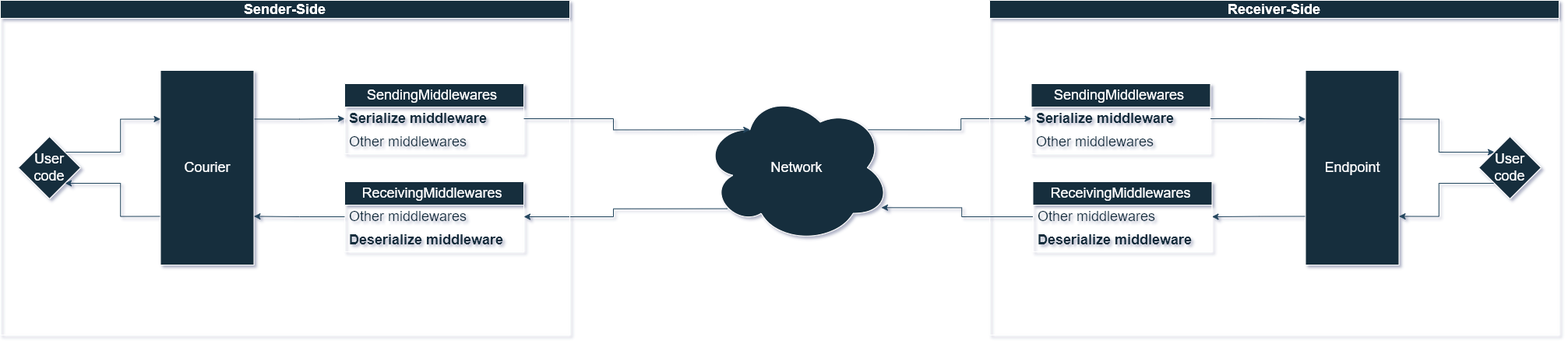
Before: docs/2-essentials/images/package-life-cycle.drawio.png, a diagram exported from draw.io (VasiliyKolihalov/FatNetLib). Source tidied: cells renumbered, new cells last; positions are measured from the earlier drawing's top-left corner, leaving out a move shared by most shapes.
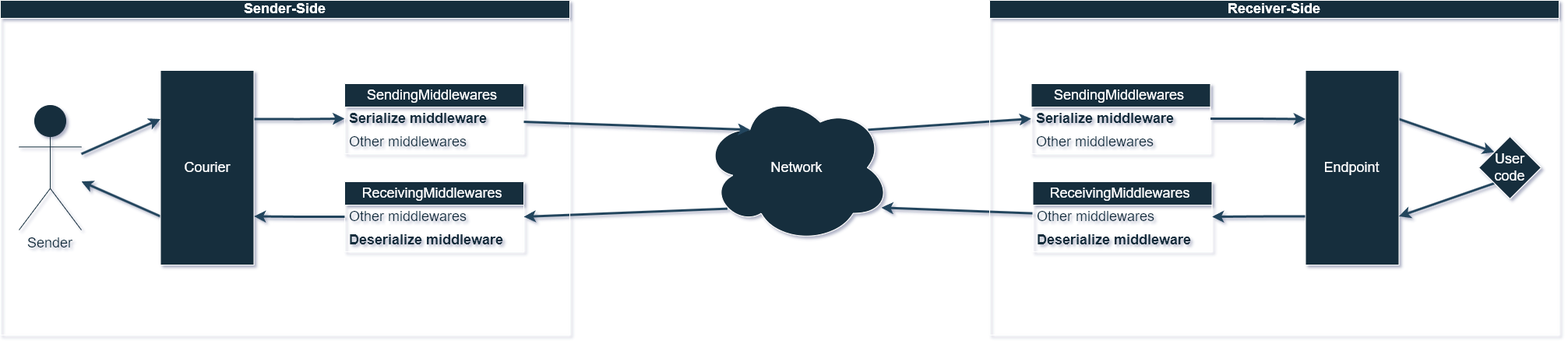
After the commit.

Diff of the diagram source:
```diff
@@ -2,10 +2,10 @@
   <root>
     <mxCell id="0" />
     <mxCell id="1" parent="0" />
-    <mxCell id="2" style="edgeStyle=orthogonalEdgeStyle;rounded=0;jettySize=auto;html=1;exitX=0.13;exitY=0.77;exitDx=0;exitDy=0;exitPerimeter=0;strokeColor=#23445D;entryX=1;entryY=0.5;entryDx=0;entryDy=0;fontSize=18;" parent="1" edge="1" source="4" target="15">
+    <mxCell id="2" style="rounded=0;jettySize=auto;html=1;exitX=0.13;exitY=0.77;exitDx=0;exitDy=0;exitPerimeter=0;strokeColor=#23445D;entryX=1;entryY=0.5;entryDx=0;entryDy=0;fontSize=18;strokeWidth=3;" parent="1" edge="1" source="4" target="15">
       <mxGeometry relative="1" as="geometry" />
     </mxCell>
-    <mxCell id="3" style="edgeStyle=orthogonalEdgeStyle;rounded=0;jettySize=auto;html=1;exitX=0.88;exitY=0.25;exitDx=0;exitDy=0;exitPerimeter=0;entryX=0;entryY=0.5;entryDx=0;entryDy=0;strokeColor=#23445D;fontSize=18;" parent="1" edge="1" source="4" target="27">
+    <mxCell id="3" style="rounded=0;jettySize=auto;html=1;exitX=0.88;exitY=0.25;exitDx=0;exitDy=0;exitPerimeter=0;entryX=0;entryY=0.5;entryDx=0;entryDy=0;strokeColor=#23445D;fontSize=18;strokeWidth=3;" parent="1" edge="1" source="4" target="27">
       <mxGeometry relative="1" as="geometry" />
     </mxCell>
     <mxCell id="4" value="Network" style="ellipse;shape=cloud;whiteSpace=wrap;html=1;labelBackgroundColor=none;fillColor=#182E3E;strokeColor=#FFFFFF;fontColor=#FFFFFF;fontSize=18;" parent="1" vertex="1">
@@ -14,20 +14,20 @@
     <mxCell id="5" value="Sender-Side" style="swimlane;whiteSpace=wrap;html=1;labelBackgroundColor=none;fillColor=#182E3E;strokeColor=#FFFFFF;fontColor=#FFFFFF;fontSize=18;" parent="1" vertex="1">
       <mxGeometry width="731" height="430" as="geometry" />
     </mxCell>
-    <mxCell id="6" style="edgeStyle=orthogonalEdgeStyle;rounded=0;jettySize=auto;html=1;exitX=1;exitY=0.25;exitDx=0;exitDy=0;entryX=0;entryY=0.5;entryDx=0;entryDy=0;strokeColor=#23445D;fontSize=18;" parent="5" edge="1" source="8" target="12">
+    <mxCell id="6" style="edgeStyle=orthogonalEdgeStyle;rounded=0;jettySize=auto;html=1;exitX=1;exitY=0.25;exitDx=0;exitDy=0;entryX=0;entryY=0.5;entryDx=0;entryDy=0;strokeColor=#23445D;fontSize=18;strokeWidth=3;" parent="5" edge="1" source="8" target="12">
       <mxGeometry relative="1" as="geometry" />
     </mxCell>
-    <mxCell id="7" style="edgeStyle=orthogonalEdgeStyle;rounded=0;jettySize=auto;html=1;exitX=0;exitY=0.75;exitDx=0;exitDy=0;entryX=1;entryY=1;entryDx=0;entryDy=0;strokeColor=#23445D;fontSize=18;" parent="5" edge="1" source="8" target="10">
+    <mxCell id="7" style="rounded=0;jettySize=auto;html=1;exitX=0;exitY=0.75;exitDx=0;exitDy=0;strokeColor=#23445D;fontSize=18;strokeWidth=3;" parent="5" edge="1" source="8" target="10">
       <mxGeometry relative="1" as="geometry" />
     </mxCell>
     <mxCell id="8" value="Courier" style="rounded=0;whiteSpace=wrap;html=1;strokeColor=#FFFFFF;fontColor=#FFFFFF;fillColor=#182E3E;labelBackgroundColor=none;fontSize=18;" parent="5" vertex="1">
       <mxGeometry x="205.5" y="90" width="120" height="250" as="geometry" />
     </mxCell>
-    <mxCell id="9" style="edgeStyle=orthogonalEdgeStyle;rounded=0;jettySize=auto;html=1;exitX=1;exitY=0;exitDx=0;exitDy=0;strokeColor=#23445D;entryX=0;entryY=0.25;entryDx=0;entryDy=0;fontSize=18;" parent="5" edge="1" source="10" target="8">
+    <mxCell id="9" style="rounded=0;jettySize=auto;html=1;strokeColor=#23445D;entryX=0;entryY=0.25;entryDx=0;entryDy=0;fontSize=18;strokeWidth=3;" parent="5" edge="1" source="10" target="8">
       <mxGeometry relative="1" as="geometry" />
     </mxCell>
-    <mxCell id="10" value="User code" style="rhombus;whiteSpace=wrap;html=1;labelBackgroundColor=none;fillColor=#182E3E;strokeColor=#FFFFFF;fontColor=#FFFFFF;fontSize=18;" parent="5" vertex="1">
-      <mxGeometry x="23" y="175" width="80" height="80" as="geometry" />
+    <mxCell id="10" value="&lt;font color=&quot;#182e3e&quot;&gt;Sender&lt;/font&gt;" style="whiteSpace=wrap;html=1;labelBackgroundColor=none;fillColor=#182E3E;strokeColor=#182E3E;fontColor=#FFFFFF;fontSize=18;shape=umlActor;verticalLabelPosition=bottom;verticalAlign=top;outlineConnect=0;" parent="5" vertex="1">
+      <mxGeometry x="24" y="135" width="80" height="160" as="geometry" />
     </mxCell>
     <mxCell id="11" value="SendingMiddlewares&amp;nbsp;" style="swimlane;fontStyle=0;horizontal=1;startSize=30;whiteSpace=wrap;html=1;labelBackgroundColor=none;fillColor=#182E3E;strokeColor=#FFFFFF;fontColor=#FFFFFF;gradientColor=none;swimlaneFillColor=none;shadow=0;fontSize=18;" parent="5" vertex="1">
       <mxGeometry x="442" y="107" width="230" height="90" as="geometry" />
@@ -47,35 +47,35 @@
     <mxCell id="16" value="&lt;b style=&quot;font-size: 18px;&quot;&gt;Deserialize middleware&lt;/b&gt;" style="text;strokeColor=none;fillColor=none;align=left;verticalAlign=middle;spacingLeft=4;spacingRight=4;overflow=hidden;whiteSpace=wrap;html=1;labelBackgroundColor=none;fontColor=#182E3E;fontSize=18;" parent="14" vertex="1">
       <mxGeometry y="60" width="230" height="30" as="geometry" />
     </mxCell>
-    <mxCell id="17" style="edgeStyle=orthogonalEdgeStyle;rounded=0;jettySize=auto;html=1;entryX=1;entryY=0.75;entryDx=0;entryDy=0;strokeColor=#23445D;fontSize=18;" parent="5" edge="1" source="15" target="8">
+    <mxCell id="17" style="edgeStyle=orthogonalEdgeStyle;rounded=0;jettySize=auto;html=1;entryX=1;entryY=0.75;entryDx=0;entryDy=0;strokeColor=#23445D;fontSize=18;strokeWidth=3;" parent="5" edge="1" source="15" target="8">
       <mxGeometry relative="1" as="geometry" />
     </mxCell>
-    <mxCell id="18" style="edgeStyle=orthogonalEdgeStyle;rounded=0;jettySize=auto;html=1;entryX=0.25;entryY=0.25;entryDx=0;entryDy=0;entryPerimeter=0;strokeColor=#23445D;fontSize=18;" parent="1" edge="1" source="12" target="4">
+    <mxCell id="18" style="rounded=0;jettySize=auto;html=1;entryX=0.25;entryY=0.25;entryDx=0;entryDy=0;entryPerimeter=0;strokeColor=#23445D;fontSize=18;strokeWidth=3;" parent="1" edge="1" source="12" target="4">
       <mxGeometry relative="1" as="geometry" />
     </mxCell>
-    <mxCell id="19" style="group;flipH=1;fontSize=18;" parent="1" vertex="1">
-      <mxGeometry x="1270" width="731" height="430" as="geometry" />
-    </mxCell>
+    <mxCell id="33" style="rounded=0;jettySize=auto;html=1;entryX=0.95;entryY=0.763;entryDx=0;entryDy=0;entryPerimeter=0;strokeColor=#23445D;fontSize=18;strokeWidth=3;" parent="1" edge="1" source="30" target="4">
+      <mxGeometry relative="1" as="geometry" />
+    </mxCell>
-    <mxCell id="20" value="Receiver-Side" style="swimlane;whiteSpace=wrap;html=1;labelBackgroundColor=none;fillColor=#182E3E;strokeColor=#FFFFFF;fontColor=#FFFFFF;direction=east;fontSize=18;" parent="19" vertex="1">
-      <mxGeometry width="731" height="430" as="geometry" />
+    <mxCell id="20" value="Receiver-Side" style="swimlane;whiteSpace=wrap;html=1;labelBackgroundColor=none;fillColor=#182E3E;strokeColor=#FFFFFF;fontColor=#FFFFFF;direction=east;fontSize=18;" parent="1" vertex="1">
+      <mxGeometry x="1270" width="731" height="430" as="geometry" />
     </mxCell>
-    <mxCell id="21" style="edgeStyle=orthogonalEdgeStyle;rounded=0;jettySize=auto;html=1;exitX=1;exitY=0.25;exitDx=0;exitDy=0;entryX=0;entryY=0;entryDx=0;entryDy=0;strokeColor=#23445D;fontSize=18;" parent="19" edge="1" source="23" target="25">
+    <mxCell id="21" style="rounded=0;jettySize=auto;html=1;exitX=1;exitY=0.25;exitDx=0;exitDy=0;entryX=0;entryY=0;entryDx=0;entryDy=0;strokeColor=#23445D;fontSize=18;strokeWidth=3;" parent="1" edge="1" source="23" target="25">
       <mxGeometry relative="1" as="geometry" />
     </mxCell>
-    <mxCell id="22" style="edgeStyle=orthogonalEdgeStyle;rounded=0;jettySize=auto;html=1;exitX=0;exitY=0.75;exitDx=0;exitDy=0;entryX=1;entryY=0.5;entryDx=0;entryDy=0;strokeColor=#23445D;fontSize=18;" parent="19" edge="1" source="23" target="30">
+    <mxCell id="22" style="edgeStyle=orthogonalEdgeStyle;rounded=0;jettySize=auto;html=1;exitX=0;exitY=0.75;exitDx=0;exitDy=0;entryX=1;entryY=0.5;entryDx=0;entryDy=0;strokeColor=#23445D;fontSize=18;strokeWidth=3;" parent="1" edge="1" source="23" target="30">
       <mxGeometry relative="1" as="geometry" />
     </mxCell>
-    <mxCell id="23" value="Endpoint" style="rounded=0;whiteSpace=wrap;html=1;strokeColor=#FFFFFF;fontColor=#FFFFFF;fillColor=#182E3E;labelBackgroundColor=none;fontSize=18;" parent="19" vertex="1">
-      <mxGeometry x="405.5" y="90" width="120" height="250" as="geometry" />
+    <mxCell id="23" value="Endpoint" style="rounded=0;whiteSpace=wrap;html=1;strokeColor=#FFFFFF;fontColor=#FFFFFF;fillColor=#182E3E;labelBackgroundColor=none;fontSize=18;" parent="1" vertex="1">
+      <mxGeometry x="1675.5" y="90" width="120" height="250" as="geometry" />
     </mxCell>
-    <mxCell id="24" style="edgeStyle=orthogonalEdgeStyle;rounded=0;jettySize=auto;html=1;exitX=0;exitY=1;exitDx=0;exitDy=0;entryX=1;entryY=0.75;entryDx=0;entryDy=0;strokeColor=#23445D;fontSize=18;" parent="19" edge="1" source="25" target="23">
+    <mxCell id="24" style="rounded=0;jettySize=auto;html=1;exitX=0;exitY=1;exitDx=0;exitDy=0;entryX=1;entryY=0.75;entryDx=0;entryDy=0;strokeColor=#23445D;fontSize=18;strokeWidth=3;" parent="1" edge="1" source="25" target="23">
       <mxGeometry relative="1" as="geometry" />
     </mxCell>
-    <mxCell id="25" value="User code" style="rhombus;whiteSpace=wrap;html=1;labelBackgroundColor=none;fillColor=#182E3E;strokeColor=#FFFFFF;fontColor=#FFFFFF;fontSize=18;" parent="19" vertex="1">
-      <mxGeometry x="628" y="175" width="80" height="80" as="geometry" />
+    <mxCell id="25" value="User code" style="rhombus;whiteSpace=wrap;html=1;labelBackgroundColor=none;fillColor=#182E3E;strokeColor=#FFFFFF;fontColor=#FFFFFF;fontSize=18;" parent="1" vertex="1">
+      <mxGeometry x="1898" y="175" width="80" height="80" as="geometry" />
     </mxCell>
-    <mxCell id="26" value="SendingMiddlewares&amp;nbsp;" style="swimlane;fontStyle=0;horizontal=1;startSize=30;whiteSpace=wrap;html=1;labelBackgroundColor=none;fillColor=#182E3E;strokeColor=#FFFFFF;fontColor=#FFFFFF;gradientColor=none;swimlaneFillColor=none;shadow=0;fontSize=18;" parent="19" vertex="1">
-      <mxGeometry x="53.5" y="107" width="230" height="90" as="geometry" />
+    <mxCell id="26" value="SendingMiddlewares&amp;nbsp;" style="swimlane;fontStyle=0;horizontal=1;startSize=30;whiteSpace=wrap;html=1;labelBackgroundColor=none;fillColor=#182E3E;strokeColor=#FFFFFF;fontColor=#FFFFFF;gradientColor=none;swimlaneFillColor=none;shadow=0;fontSize=18;" parent="1" vertex="1">
+      <mxGeometry x="1323.5" y="107" width="230" height="90" as="geometry" />
     </mxCell>
     <mxCell id="27" value="&lt;b style=&quot;font-size: 18px;&quot;&gt;Serialize middleware&lt;/b&gt;" style="text;strokeColor=none;fillColor=none;align=left;verticalAlign=middle;spacingLeft=4;spacingRight=4;overflow=hidden;points=[[0,0.5],[1,0.5]];portConstraint=eastwest;whiteSpace=wrap;html=1;labelBackgroundColor=none;fontColor=#182E3E;fontSize=18;" parent="26" vertex="1">
       <mxGeometry y="30" width="230" height="30" as="geometry" />
@@ -83,8 +83,8 @@
     <mxCell id="28" value="Other middlewares" style="text;strokeColor=none;fillColor=none;align=left;verticalAlign=middle;spacingLeft=4;spacingRight=4;overflow=hidden;whiteSpace=wrap;html=1;labelBackgroundColor=none;fontColor=#182E3E;fontSize=18;" parent="26" vertex="1">
       <mxGeometry y="60" width="230" height="30" as="geometry" />
     </mxCell>
-    <mxCell id="29" value="ReceivingMiddlewares&amp;nbsp;" style="swimlane;fontStyle=0;horizontal=1;startSize=30;whiteSpace=wrap;html=1;labelBackgroundColor=none;fillColor=#182E3E;strokeColor=#FFFFFF;fontColor=#FFFFFF;fontSize=18;" parent="19" vertex="1">
-      <mxGeometry x="55.5" y="233" width="230" height="90" as="geometry" />
+    <mxCell id="29" value="ReceivingMiddlewares&amp;nbsp;" style="swimlane;fontStyle=0;horizontal=1;startSize=30;whiteSpace=wrap;html=1;labelBackgroundColor=none;fillColor=#182E3E;strokeColor=#FFFFFF;fontColor=#FFFFFF;fontSize=18;" parent="1" vertex="1">
+      <mxGeometry x="1325.5" y="233" width="230" height="90" as="geometry" />
     </mxCell>
     <mxCell id="30" value="Other middlewares" style="text;strokeColor=none;fillColor=none;align=left;verticalAlign=middle;spacingLeft=4;spacingRight=4;overflow=hidden;points=[[0,0.5],[1,0.5]];portConstraint=eastwest;whiteSpace=wrap;html=1;labelBackgroundColor=none;fontColor=#182E3E;fontSize=18;" parent="29" vertex="1">
       <mxGeometry y="30" width="230" height="30" as="geometry" />
@@ -92,11 +92,8 @@
     <mxCell id="31" value="&lt;b style=&quot;font-size: 18px;&quot;&gt;Deserialize middleware&lt;/b&gt;" style="text;strokeColor=none;fillColor=none;align=left;verticalAlign=middle;spacingLeft=4;spacingRight=4;overflow=hidden;whiteSpace=wrap;html=1;labelBackgroundColor=none;fontColor=#182E3E;fontSize=18;" parent="29" vertex="1">
       <mxGeometry y="60" width="230" height="30" as="geometry" />
     </mxCell>
-    <mxCell id="32" style="edgeStyle=orthogonalEdgeStyle;rounded=0;jettySize=auto;html=1;entryX=0;entryY=0.25;entryDx=0;entryDy=0;strokeColor=#23445D;fontSize=18;" parent="19" edge="1" source="27" target="23">
+    <mxCell id="32" style="edgeStyle=orthogonalEdgeStyle;rounded=0;jettySize=auto;html=1;entryX=0;entryY=0.25;entryDx=0;entryDy=0;strokeColor=#23445D;fontSize=18;strokeWidth=3;" parent="1" edge="1" source="27" target="23">
       <mxGeometry relative="1" as="geometry" />
     </mxCell>
-    <mxCell id="33" style="edgeStyle=orthogonalEdgeStyle;rounded=0;jettySize=auto;html=1;entryX=0.95;entryY=0.763;entryDx=0;entryDy=0;entryPerimeter=0;strokeColor=#23445D;fontSize=18;" parent="1" edge="1" source="30" target="4">
-      <mxGeometry relative="1" as="geometry" />
-    </mxCell>
   </root>
 </mxGraphModel>
```
